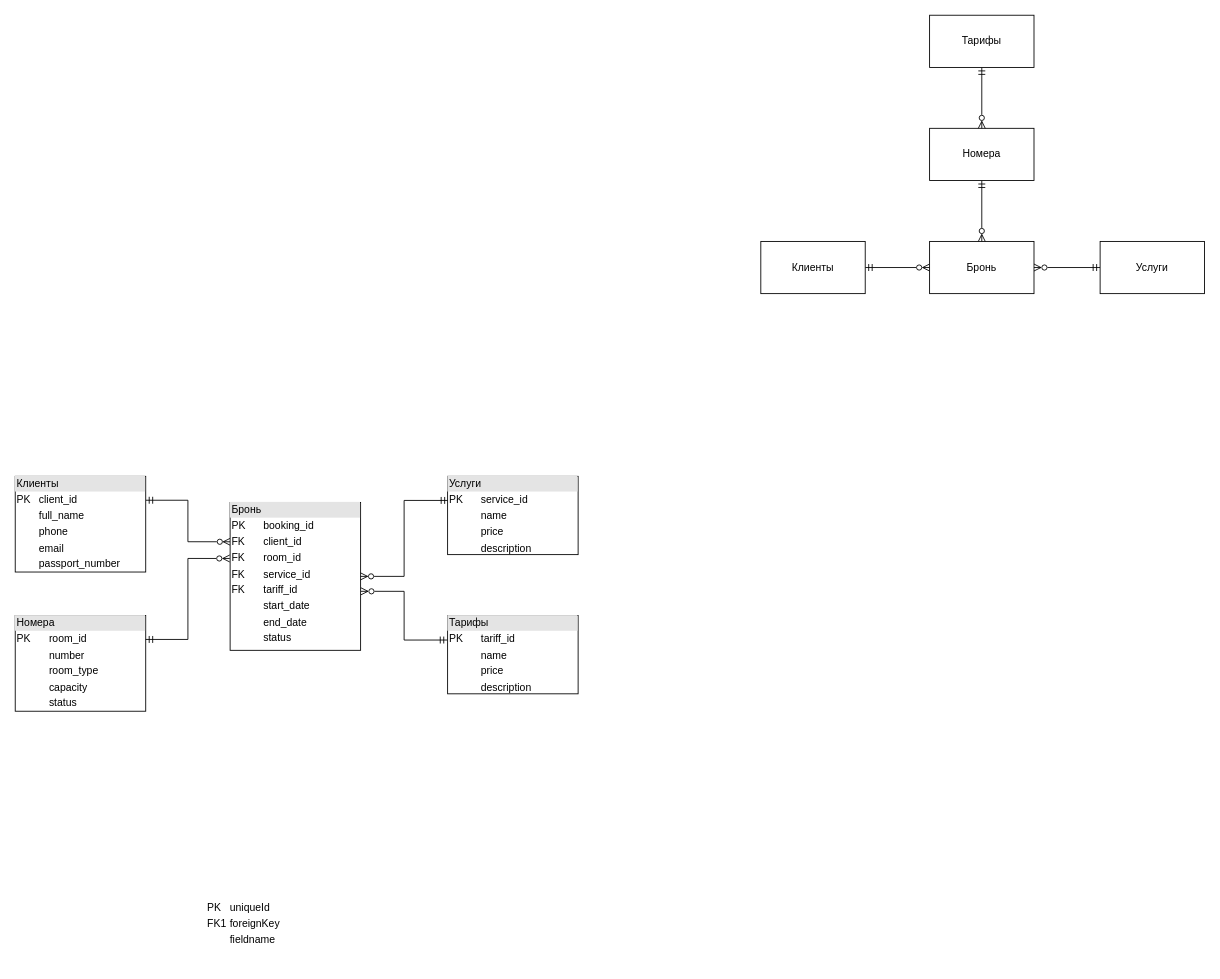
Before: Логическая модель.drawio in Bebrono/BD_mfti, a draw.io diagram. Source tidied: cells renumbered, new cells numbered last; positions are measured from the earlier drawing's top-left corner, leaving out a move shared by most shapes. Both pictures are drawn from the tidied source at 87%, with x=0, y=0 at pixel (15, 15).
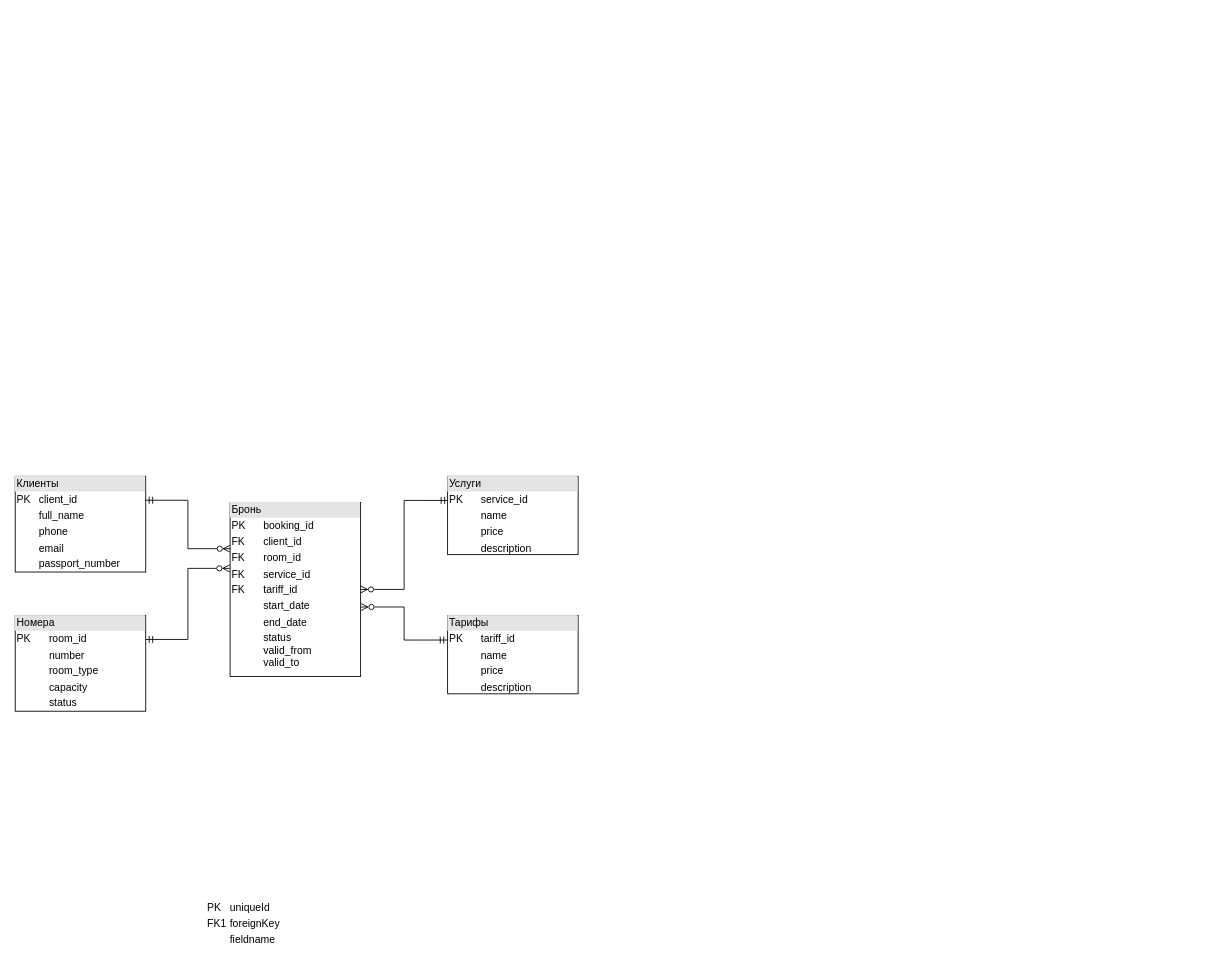
The same diagram, later.

What changed in the source:
```diff
@@
-    <mxCell id="2" style="edgeStyle=orthogonalEdgeStyle;rounded=0;jettySize=auto;html=1;endArrow=ERzeroToMany;endFill=0;startArrow=ERmandOne;startFill=0;" parent="1" edge="1" source="3" target="4">
-      <mxGeometry relative="1" as="geometry" />
-    </mxCell>
-    <mxCell id="3" value="Клиенты" style="rounded=0;whiteSpace=wrap;html=1;" parent="1" vertex="1">
-      <mxGeometry x="857" y="260" width="120" height="60" as="geometry" />
-    </mxCell>
-    <mxCell id="4" value="Бронь" style="rounded=0;whiteSpace=wrap;html=1;" parent="1" vertex="1">
-      <mxGeometry x="1051" y="260" width="120" height="60" as="geometry" />
-    </mxCell>
-    <mxCell id="5" style="edgeStyle=orthogonalEdgeStyle;rounded=0;jettySize=auto;html=1;endArrow=ERzeroToMany;endFill=0;startArrow=ERmandOne;startFill=0;" parent="1" edge="1" source="6" target="4">
-      <mxGeometry relative="1" as="geometry" />
-    </mxCell>
-    <mxCell id="6" value="Услуги" style="rounded=0;whiteSpace=wrap;html=1;" parent="1" vertex="1">
-      <mxGeometry x="1247" y="260" width="120" height="60" as="geometry" />
-    </mxCell>
-    <mxCell id="7" style="edgeStyle=orthogonalEdgeStyle;rounded=0;jettySize=auto;html=1;startArrow=ERmandOne;startFill=0;endArrow=ERzeroToMany;endFill=0;" parent="1" edge="1" source="8" target="4">
-      <mxGeometry relative="1" as="geometry" />
-    </mxCell>
-    <mxCell id="8" value="Номера" style="rounded=0;whiteSpace=wrap;html=1;" parent="1" vertex="1">
-      <mxGeometry x="1051" y="130" width="120" height="60" as="geometry" />
-    </mxCell>
-    <mxCell id="9" style="edgeStyle=orthogonalEdgeStyle;rounded=0;jettySize=auto;html=1;endArrow=ERzeroToMany;endFill=0;startArrow=ERmandOne;startFill=0;" parent="1" edge="1" source="10" target="8">
-      <mxGeometry relative="1" as="geometry" />
-    </mxCell>
-    <mxCell id="10" value="Тарифы" style="rounded=0;whiteSpace=wrap;html=1;" parent="1" vertex="1">
-      <mxGeometry x="1051" width="120" height="60" as="geometry" />
-    </mxCell>
@@
-    <mxCell id="16" value="&lt;div style=&quot;box-sizing: border-box; width: 100%; background: rgb(228, 228, 228); padding: 2px;&quot;&gt;Бронь&lt;/div&gt;&lt;table style=&quot;width:100%;font-size:1em;&quot; cellpadding=&quot;2&quot; cellspacing=&quot;0&quot;&gt;&lt;tbody&gt;&lt;tr&gt;&lt;td&gt;PK&lt;/td&gt;&lt;td&gt;booking_id &lt;/td&gt;&lt;/tr&gt;&lt;tr&gt;&lt;td&gt;FK&lt;/td&gt;&lt;td&gt;client_id &lt;/td&gt;&lt;/tr&gt;&lt;tr&gt;&lt;td&gt;FK&lt;/td&gt;&lt;td&gt;room_id &lt;/td&gt;&lt;/tr&gt;&lt;tr&gt;&lt;td&gt;FK&lt;/td&gt;&lt;td&gt;service_id&lt;/td&gt;&lt;/tr&gt;&lt;tr&gt;&lt;td&gt;FK&lt;/td&gt;&lt;td&gt;tariff_id&lt;/td&gt;&lt;/tr&gt;&lt;tr&gt;&lt;td&gt;&lt;br&gt;&lt;/td&gt;&lt;td&gt;start_date&lt;/td&gt;&lt;/tr&gt;&lt;tr&gt;&lt;td&gt;&lt;br&gt;&lt;/td&gt;&lt;td&gt;end_date&lt;/td&gt;&lt;/tr&gt;&lt;tr&gt;&lt;td&gt;&lt;br&gt;&lt;/td&gt;&lt;td&gt;status&lt;/td&gt;&lt;/tr&gt;&lt;/tbody&gt;&lt;/table&gt;" style="verticalAlign=top;align=left;overflow=fill;html=1;whiteSpace=wrap;" parent="1" vertex="1">
-      <mxGeometry x="247" y="560" width="150" height="170" as="geometry" />
+    <mxCell id="16" value="&lt;div style=&quot;box-sizing: border-box; width: 100%; background: rgb(228, 228, 228); padding: 2px;&quot;&gt;Бронь&lt;/div&gt;&lt;table style=&quot;width:100%;font-size:1em;&quot; cellpadding=&quot;2&quot; cellspacing=&quot;0&quot;&gt;&lt;tbody&gt;&lt;tr&gt;&lt;td&gt;PK&lt;/td&gt;&lt;td&gt;booking_id &lt;/td&gt;&lt;/tr&gt;&lt;tr&gt;&lt;td&gt;FK&lt;/td&gt;&lt;td&gt;client_id &lt;/td&gt;&lt;/tr&gt;&lt;tr&gt;&lt;td&gt;FK&lt;/td&gt;&lt;td&gt;room_id &lt;/td&gt;&lt;/tr&gt;&lt;tr&gt;&lt;td&gt;FK&lt;/td&gt;&lt;td&gt;service_id&lt;/td&gt;&lt;/tr&gt;&lt;tr&gt;&lt;td&gt;FK&lt;/td&gt;&lt;td&gt;tariff_id&lt;/td&gt;&lt;/tr&gt;&lt;tr&gt;&lt;td&gt;&lt;br&gt;&lt;/td&gt;&lt;td&gt;start_date&lt;/td&gt;&lt;/tr&gt;&lt;tr&gt;&lt;td&gt;&lt;br&gt;&lt;/td&gt;&lt;td&gt;end_date&lt;/td&gt;&lt;/tr&gt;&lt;tr&gt;&lt;td&gt;&lt;br&gt;&lt;/td&gt;&lt;td&gt;status&lt;br&gt;valid_from&lt;br&gt;valid_to&lt;/td&gt;&lt;/tr&gt;&lt;/tbody&gt;&lt;/table&gt;" style="verticalAlign=top;align=left;overflow=fill;html=1;whiteSpace=wrap;" parent="1" vertex="1">
+      <mxGeometry x="247" y="560" width="150" height="200" as="geometry" />
     </mxCell>
```
